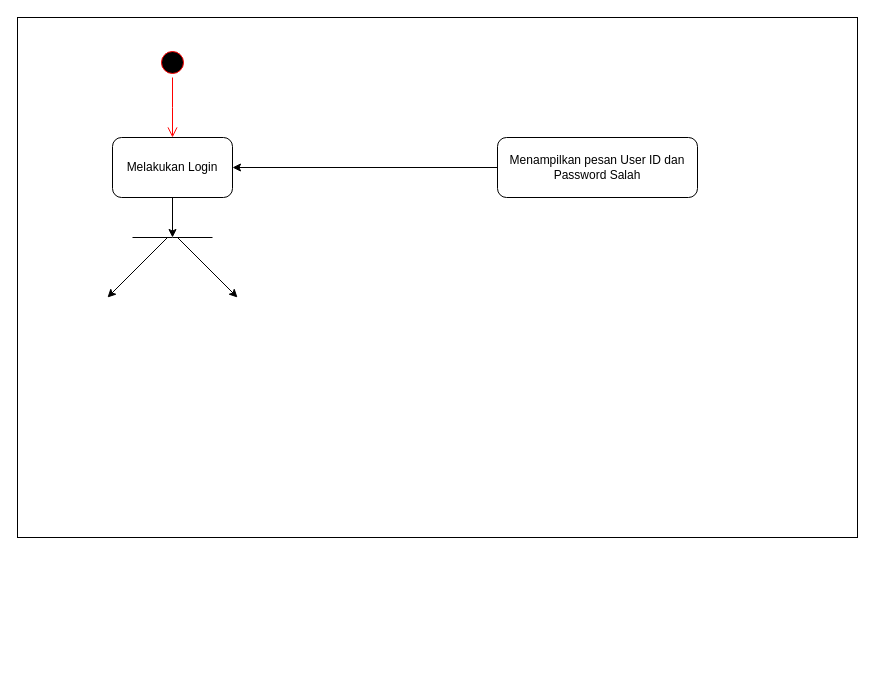
LessT7/sembarang keeps this draw.io diagram as Diagram Aktivitas.drawio. Above is the earlier version. Source tidied: cells renumbered, new cells numbered last; positions are measured from the earlier drawing's top-left corner, leaving out a move shared by most shapes. Both pictures are drawn from the tidied source at 100%, with x=0, y=0 at pixel (17, 17).
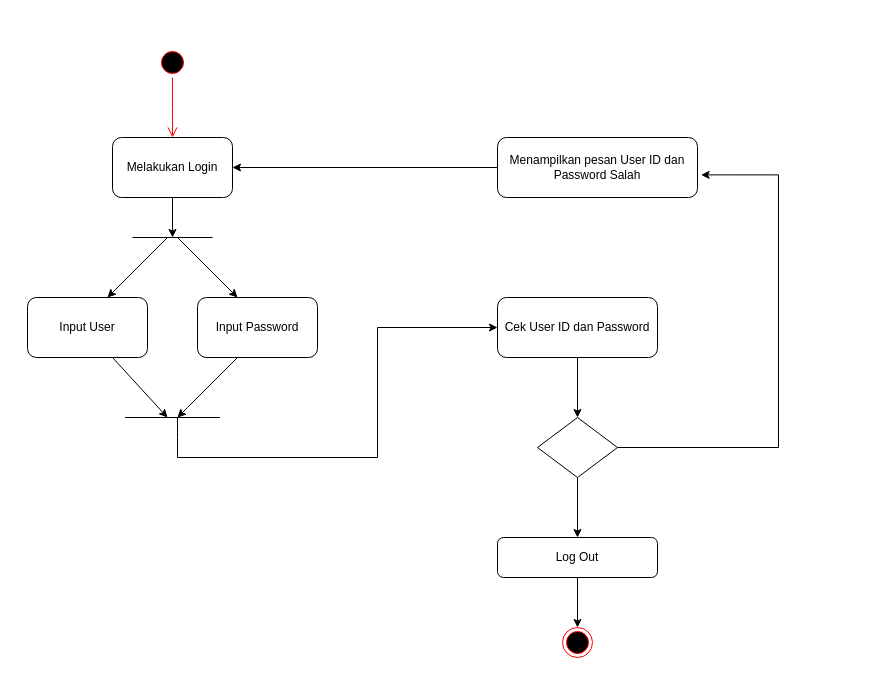
The same page after the edit.

Commit message:
Diagram Aktivitas Admin.drawio

Unchanged cells that the change refers to:
```xml
<mxCell id="6" value="Menampilkan pesan User ID dan Password Salah" style="rounded=1;whiteSpace=wrap;html=1;" parent="1" vertex="1">
  <mxGeometry x="480" y="120" width="200" height="60" as="geometry" />
</mxCell>
```

The edit, as a diff of the source:
```diff
@@
-    <mxCell id="2" style="rounded=0;whiteSpace=wrap;html=1;" parent="1" vertex="1">
-      <mxGeometry width="840" height="520" as="geometry" />
-    </mxCell>
@@
+    <mxCell id="12" value="Input User" style="rounded=1;whiteSpace=wrap;html=1;" parent="1" vertex="1">
+      <mxGeometry x="10" y="280" width="120" height="60" as="geometry" />
+    </mxCell>
+    <mxCell id="13" value="Input Password" style="rounded=1;whiteSpace=wrap;html=1;" parent="1" vertex="1">
+      <mxGeometry x="180" y="280" width="120" height="60" as="geometry" />
+    </mxCell>
+    <mxCell id="14" style="endArrow=classic;html=1;rounded=0;" parent="1" edge="1">
+      <mxGeometry relative="1" as="geometry">
+        <mxPoint x="95" y="340" as="sourcePoint" />
+        <mxPoint x="150" y="400" as="targetPoint" />
+      </mxGeometry>
+    </mxCell>
+    <mxCell id="15" style="endArrow=classic;html=1;rounded=0;" parent="1" edge="1">
+      <mxGeometry relative="1" as="geometry">
+        <mxPoint x="220" y="340" as="sourcePoint" />
+        <mxPoint x="160" y="400" as="targetPoint" />
+        <Array as="points">
+          <mxPoint x="170" y="390" />
+        </Array>
+      </mxGeometry>
+    </mxCell>
+    <mxCell id="16" style="endArrow=none;html=1;rounded=0;" parent="1" edge="1">
+      <mxGeometry relative="1" as="geometry">
+        <mxPoint x="107.5" y="400" as="sourcePoint" />
+        <mxPoint x="202.5" y="400" as="targetPoint" />
+        <Array as="points">
+          <mxPoint x="147.5" y="400" />
+        </Array>
+      </mxGeometry>
+    </mxCell>
+    <mxCell id="17" style="edgeStyle=orthogonalEdgeStyle;rounded=0;jettySize=auto;html=1;exitX=0.5;exitY=1;exitDx=0;exitDy=0;entryX=0.5;entryY=0;entryDx=0;entryDy=0;" parent="1" edge="1" source="19" target="22">
+      <mxGeometry relative="1" as="geometry" />
+    </mxCell>
+    <mxCell id="18" style="edgeStyle=orthogonalEdgeStyle;rounded=0;jettySize=auto;html=1;exitX=1;exitY=0.5;exitDx=0;exitDy=0;entryX=1.018;entryY=0.623;entryDx=0;entryDy=0;entryPerimeter=0;" parent="1" edge="1" source="22" target="6">
+      <mxGeometry relative="1" as="geometry">
+        <Array as="points">
+          <mxPoint x="761" y="430" />
+          <mxPoint x="761" y="157" />
+        </Array>
+      </mxGeometry>
+    </mxCell>
+    <mxCell id="19" value="Cek User ID dan Password" style="rounded=1;whiteSpace=wrap;html=1;" parent="1" vertex="1">
+      <mxGeometry x="480" y="280" width="160" height="60" as="geometry" />
+    </mxCell>
+    <mxCell id="20" style="endArrow=classic;html=1;rounded=0;entryX=0;entryY=0.5;entryDx=0;entryDy=0;" parent="1" edge="1">
+      <mxGeometry relative="1" as="geometry">
+        <mxPoint x="160" y="400" as="sourcePoint" />
+        <mxPoint x="480" y="310" as="targetPoint" />
+        <Array as="points">
+          <mxPoint x="160" y="420" />
+          <mxPoint x="160" y="440" />
+          <mxPoint x="360" y="440" />
+          <mxPoint x="360" y="310" />
+        </Array>
+      </mxGeometry>
+    </mxCell>
+    <mxCell id="21" style="edgeStyle=orthogonalEdgeStyle;rounded=0;jettySize=auto;html=1;exitX=0.5;exitY=1;exitDx=0;exitDy=0;entryX=0.5;entryY=0;entryDx=0;entryDy=0;" parent="1" edge="1" source="22" target="24">
+      <mxGeometry relative="1" as="geometry" />
+    </mxCell>
+    <mxCell id="22" style="rhombus;whiteSpace=wrap;html=1;" parent="1" vertex="1">
+      <mxGeometry x="520" y="400" width="80" height="60" as="geometry" />
+    </mxCell>
+    <mxCell id="23" style="edgeStyle=orthogonalEdgeStyle;rounded=0;jettySize=auto;html=1;" parent="1" edge="1" source="24" target="25">
+      <mxGeometry relative="1" as="geometry" />
+    </mxCell>
+    <mxCell id="24" value="Log Out" style="rounded=1;whiteSpace=wrap;html=1;" parent="1" vertex="1">
+      <mxGeometry x="480" y="520" width="160" height="40" as="geometry" />
+    </mxCell>
+    <mxCell id="25" style="ellipse;html=1;shape=endState;fillColor=#000000;strokeColor=#ff0000;" parent="1" vertex="1">
+      <mxGeometry x="545" y="610" width="30" height="30" as="geometry" />
+    </mxCell>
```
